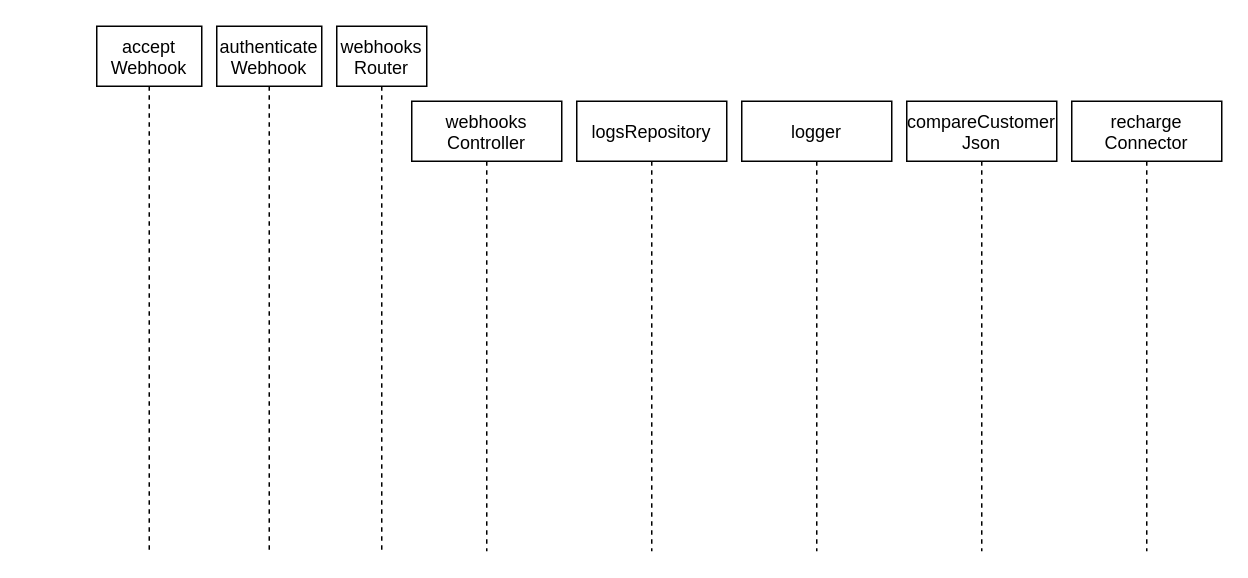
Above: RechargeCustomerSync/WebhookProcessorFlow.drawio in alexrsunrise/diagrams (draw.io), before the change. Source tidied: cells renumbered, new cells numbered last; positions are measured from the earlier drawing's top-left corner, leaving out a move shared by most shapes. Both pictures are drawn from the tidied source at 150%, with x=0, y=0 at pixel (96, 26).
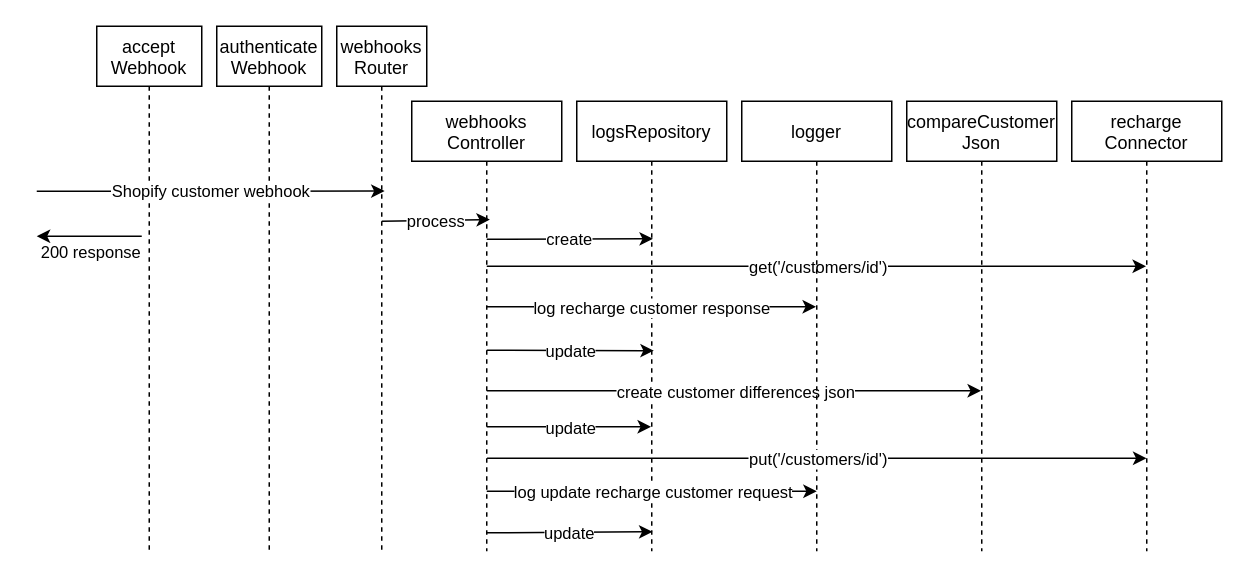
The same diagram, later.

The change refers to these unchanged cells:
```xml
<mxCell id="2" value="accept&#10;Webhook" style="shape=umlLifeline;perimeter=lifelinePerimeter;rounded=0;shadow=0;strokeWidth=1;" parent="1" vertex="1">
  <mxGeometry width="70" height="350" as="geometry" />
</mxCell>
<mxCell id="4" value="webhooks&#10;Router" style="shape=umlLifeline;perimeter=lifelinePerimeter;rounded=0;shadow=0;strokeWidth=1;" parent="1" vertex="1">
  <mxGeometry x="160" width="60" height="350" as="geometry" />
</mxCell>
<mxCell id="5" value="webhooks&#10;Controller" style="shape=umlLifeline;perimeter=lifelinePerimeter;rounded=0;shadow=0;strokeWidth=1;" parent="1" vertex="1">
  <mxGeometry x="210" y="50" width="100" height="300" as="geometry" />
</mxCell>
<mxCell id="6" value="logsRepository" style="shape=umlLifeline;perimeter=lifelinePerimeter;rounded=0;shadow=0;strokeWidth=1;" parent="1" vertex="1">
  <mxGeometry x="320" y="50" width="100" height="300" as="geometry" />
</mxCell>
<mxCell id="7" value="logger" style="shape=umlLifeline;perimeter=lifelinePerimeter;rounded=0;shadow=0;strokeWidth=1;" parent="1" vertex="1">
  <mxGeometry x="430" y="50" width="100" height="300" as="geometry" />
</mxCell>
<mxCell id="8" value="compareCustomer&#10;Json" style="shape=umlLifeline;perimeter=lifelinePerimeter;rounded=0;shadow=0;strokeWidth=1;" parent="1" vertex="1">
  <mxGeometry x="540" y="50" width="100" height="300" as="geometry" />
</mxCell>
```

Change to the diagram source:
```diff
@@
+    <mxCell id="10" style="endArrow=classic;html=1;rounded=0;" parent="2" edge="1">
+      <mxGeometry relative="1" as="geometry">
+        <mxPoint x="30" y="140" as="sourcePoint" />
+        <mxPoint x="-40" y="140" as="targetPoint" />
+      </mxGeometry>
+    </mxCell>
+    <mxCell id="11" value="200 response" style="edgeLabel;html=1;align=center;verticalAlign=middle;" parent="10" vertex="1">
+      <mxGeometry relative="1" as="geometry">
+        <mxPoint y="10" as="offset" />
+      </mxGeometry>
+    </mxCell>
@@
+    <mxCell id="12" style="endArrow=classic;html=1;rounded=0;entryX=0.521;entryY=0.263;entryDx=0;entryDy=0;entryPerimeter=0;" parent="4" edge="1" target="5">
+      <mxGeometry relative="1" as="geometry">
+        <mxPoint x="30" y="130" as="sourcePoint" />
+      </mxGeometry>
+    </mxCell>
+    <mxCell id="13" value="process" style="edgeLabel;html=1;align=center;verticalAlign=middle;" parent="12" vertex="1">
+      <mxGeometry relative="1" as="geometry" />
+    </mxCell>
@@
+    <mxCell id="14" style="endArrow=classic;html=1;rounded=0;entryX=0.508;entryY=0.299;entryDx=0;entryDy=0;entryPerimeter=0;" parent="5" edge="1">
+      <mxGeometry relative="1" as="geometry">
+        <mxPoint x="50" y="92" as="sourcePoint" />
+        <mxPoint x="160.8" y="91.7" as="targetPoint" />
+      </mxGeometry>
+    </mxCell>
+    <mxCell id="15" value="create" style="edgeLabel;html=1;align=center;verticalAlign=middle;" parent="14" vertex="1">
+      <mxGeometry relative="1" as="geometry" />
+    </mxCell>
+    <mxCell id="16" style="endArrow=classic;html=1;rounded=0;" parent="5" edge="1">
+      <mxGeometry relative="1" as="geometry">
+        <mxPoint x="50" y="110" as="sourcePoint" />
+        <mxPoint x="489.5" y="110" as="targetPoint" />
+      </mxGeometry>
+    </mxCell>
+    <mxCell id="17" value="get('/customers/id')" style="edgeLabel;html=1;align=center;verticalAlign=middle;" parent="16" vertex="1">
+      <mxGeometry relative="1" as="geometry" />
+    </mxCell>
+    <mxCell id="18" style="endArrow=classic;html=1;rounded=0;entryX=0.514;entryY=0.601;entryDx=0;entryDy=0;entryPerimeter=0;" parent="5" edge="1">
+      <mxGeometry relative="1" as="geometry">
+        <mxPoint x="50" y="166" as="sourcePoint" />
+        <mxPoint x="161.4" y="166.3" as="targetPoint" />
+      </mxGeometry>
+    </mxCell>
+    <mxCell id="19" value="update" style="edgeLabel;html=1;align=center;verticalAlign=middle;" parent="18" vertex="1">
+      <mxGeometry relative="1" as="geometry" />
+    </mxCell>
@@
+    <mxCell id="20" style="endArrow=classic;html=1;rounded=0;" parent="6" edge="1">
+      <mxGeometry relative="1" as="geometry">
+        <mxPoint x="-60" y="193" as="sourcePoint" />
+        <mxPoint x="269.5" y="193" as="targetPoint" />
+      </mxGeometry>
+    </mxCell>
+    <mxCell id="21" value="create customer differences json" style="edgeLabel;html=1;align=center;verticalAlign=middle;" parent="20" vertex="1">
+      <mxGeometry relative="1" as="geometry" />
+    </mxCell>
+    <mxCell id="22" style="endArrow=classic;html=1;rounded=0;" parent="6" edge="1">
+      <mxGeometry relative="1" as="geometry">
+        <mxPoint x="-60" y="217" as="sourcePoint" />
+        <mxPoint x="49.5" y="217" as="targetPoint" />
+      </mxGeometry>
+    </mxCell>
+    <mxCell id="23" value="update" style="edgeLabel;html=1;align=center;verticalAlign=middle;" parent="22" vertex="1">
+      <mxGeometry relative="1" as="geometry" />
+    </mxCell>
+    <mxCell id="24" style="endArrow=classic;html=1;rounded=0;entryX=0.505;entryY=0.831;entryDx=0;entryDy=0;entryPerimeter=0;" parent="6" edge="1">
+      <mxGeometry relative="1" as="geometry">
+        <mxPoint x="-60" y="287.7" as="sourcePoint" />
+        <mxPoint x="50.5" y="287" as="targetPoint" />
+      </mxGeometry>
+    </mxCell>
+    <mxCell id="25" value="update" style="edgeLabel;html=1;align=center;verticalAlign=middle;" parent="24" vertex="1">
+      <mxGeometry relative="1" as="geometry" />
+    </mxCell>
@@
+    <mxCell id="26" style="endArrow=classic;html=1;rounded=0;" parent="7" edge="1">
+      <mxGeometry relative="1" as="geometry">
+        <mxPoint x="-170" y="260" as="sourcePoint" />
+        <mxPoint x="50" y="260" as="targetPoint" />
+      </mxGeometry>
+    </mxCell>
+    <mxCell id="27" value="log update recharge customer request" style="edgeLabel;html=1;align=center;verticalAlign=middle;" parent="26" vertex="1">
+      <mxGeometry relative="1" as="geometry" />
+    </mxCell>
@@
+    <mxCell id="28" style="endArrow=classic;html=1;rounded=0;" parent="8" edge="1">
+      <mxGeometry relative="1" as="geometry">
+        <mxPoint x="-279.8" y="238" as="sourcePoint" />
+        <mxPoint x="159.8" y="238" as="targetPoint" />
+      </mxGeometry>
+    </mxCell>
+    <mxCell id="29" value="put('/customers/id')" style="edgeLabel;html=1;align=center;verticalAlign=middle;" parent="28" vertex="1">
+      <mxGeometry relative="1" as="geometry" />
+    </mxCell>
@@
+    <mxCell id="30" style="endArrow=classic;html=1;rounded=0;entryX=0.532;entryY=0.314;entryDx=0;entryDy=0;entryPerimeter=0;" parent="1" edge="1" target="4">
+      <mxGeometry relative="1" as="geometry">
+        <mxPoint x="-40" y="110" as="sourcePoint" />
+      </mxGeometry>
+    </mxCell>
+    <mxCell id="31" value="Shopify customer webhook" style="edgeLabel;html=1;align=center;verticalAlign=middle;" parent="30" vertex="1">
+      <mxGeometry relative="1" as="geometry" />
+    </mxCell>
+    <mxCell id="32" style="endArrow=classic;html=1;rounded=0;" parent="1" edge="1">
+      <mxGeometry relative="1" as="geometry">
+        <mxPoint x="259.5" y="187" as="sourcePoint" />
+        <mxPoint x="479.5" y="187" as="targetPoint" />
+      </mxGeometry>
+    </mxCell>
+    <mxCell id="33" value="log recharge customer response" style="edgeLabel;html=1;align=center;verticalAlign=middle;" parent="32" vertex="1">
+      <mxGeometry relative="1" as="geometry" />
+    </mxCell>
```
